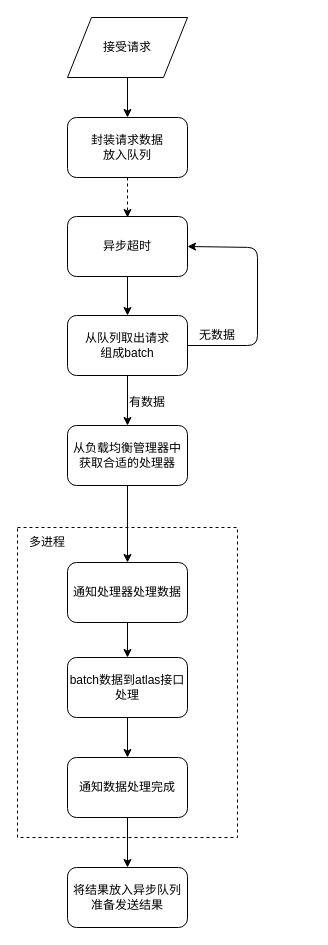
Earlier version of the draw.io diagram atlas_face.drawio (ouyangtian/drawio). Source tidied: cells renumbered, new cells numbered last; positions are measured from the earlier drawing's top-left corner, leaving out a move shared by most shapes. Both pictures are drawn from the tidied source at 100%, with x=0, y=0 at pixel (17, 17).
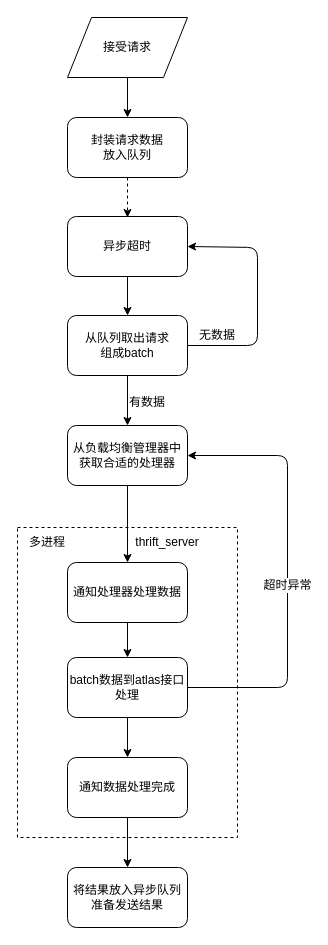
The same diagram, later.

The change refers to these unchanged cells:
```xml
<mxCell id="8" value="从负载均衡管理器中获取合适的处理器" style="rounded=1;whiteSpace=wrap;html=1;" parent="1" vertex="1">
  <mxGeometry x="50" y="408" width="120" height="60" as="geometry" />
</mxCell>
<mxCell id="18" value="batch数据到atlas接口处理" style="rounded=1;whiteSpace=wrap;html=1;" parent="1" vertex="1">
  <mxGeometry x="50" y="640" width="120" height="60" as="geometry" />
</mxCell>
```

The edit, as a diff of the source:
```diff
@@
+    <mxCell id="24" value="thrift_server" style="text;html=1;strokeColor=none;fillColor=none;align=center;verticalAlign=middle;whiteSpace=wrap;rounded=0;" parent="1" vertex="1">
+      <mxGeometry x="130" y="515" width="40" height="20" as="geometry" />
+    </mxCell>
+    <mxCell id="25" style="endArrow=classic;html=1;exitX=1;exitY=0.5;exitDx=0;exitDy=0;entryX=1;entryY=0.5;entryDx=0;entryDy=0;" parent="1" edge="1" source="18" target="8">
+      <mxGeometry relative="1" as="geometry">
+        <Array as="points">
+          <mxPoint x="270" y="670" />
+          <mxPoint x="270" y="438" />
+        </Array>
+      </mxGeometry>
+    </mxCell>
+    <mxCell id="26" value="超时异常" style="text;html=1;align=center;verticalAlign=middle;labelBackgroundColor=#ffffff;" parent="25" vertex="1">
+      <mxGeometry x="-0.06" y="1" relative="1" as="geometry" />
+    </mxCell>
```
